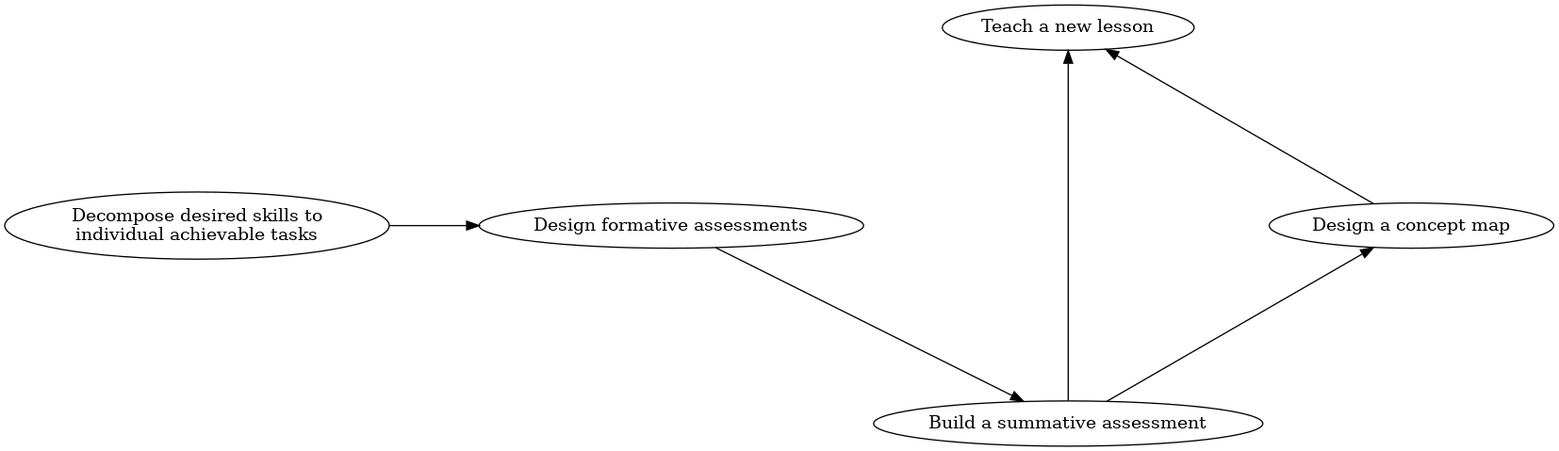
This is images/conceptmap.png from dvanic/metametalesson, a Graphviz export, as it was before one commit. Its source is kept beside it as conceptmap.dot. Its diagram source:
```dot

digraph G {

  "Decompose desired skills to\nindividual achievable tasks"->"Design formative assessments";
  "Design formative assessments"->"Build a summative assessment";
  "Build a summative assessment"->"Teach a new lesson";
  "Build a summative assessment"->"Design a concept map";
  "Design a concept map" ->"Teach a new lesson";
}
```
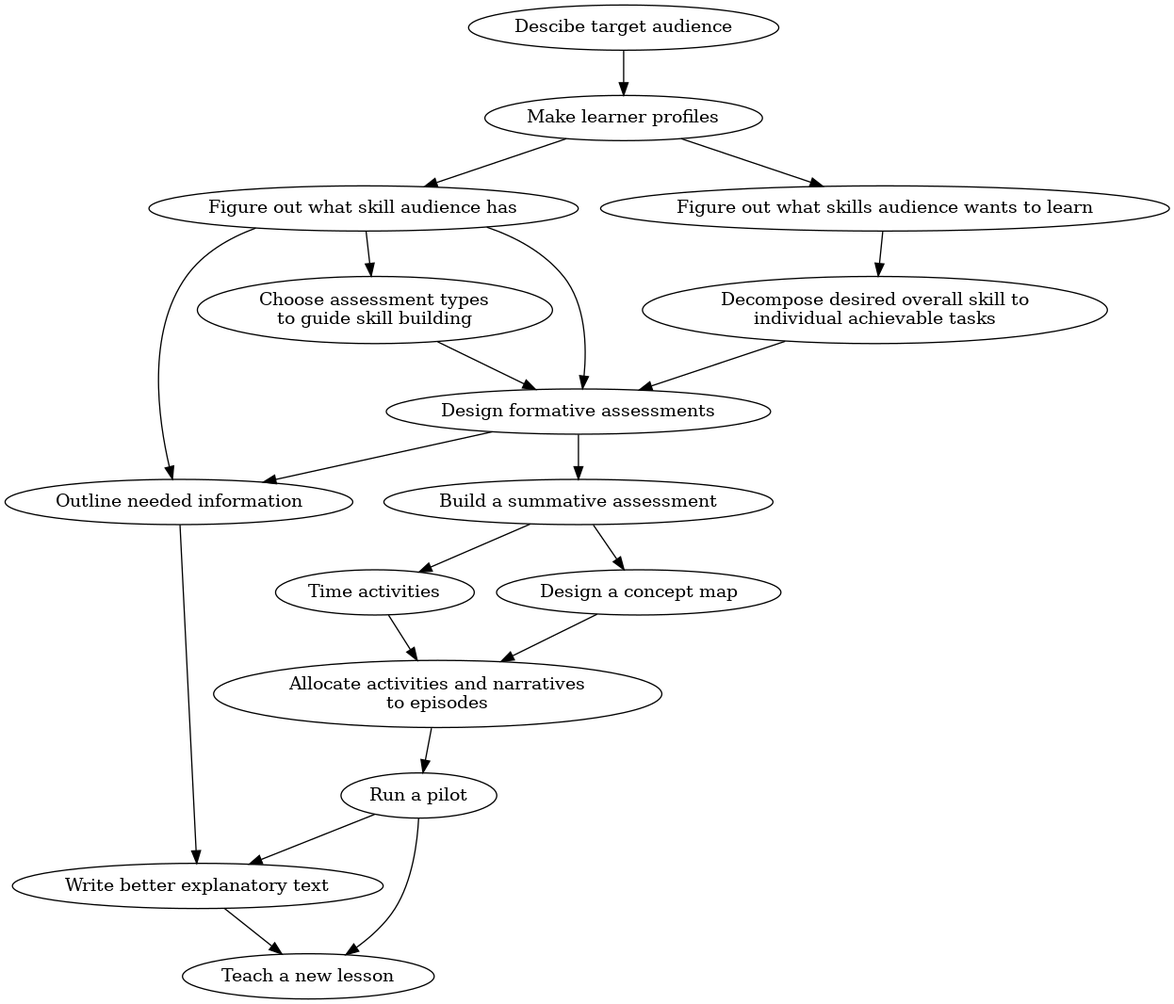
After the commit.

Commit message:
concept map

Diff of the diagram source:
```diff
@@ -1,9 +1,25 @@
 
 digraph G {
+  "Descibe target audience"->"Make learner profiles";
+  "Make learner profiles"->"Figure out what skill audience has";
+  "Figure out what skill audience has"->"Design formative assessments";
+  "Figure out what skill audience has"->"Outline needed information";
+  "Make learner profiles"->"Figure out what skills audience wants to learn"
+  "Figure out what skills audience wants to learn"->"Decompose desired overall skill to\nindividual achievable tasks"
+  "Figure out what skill audience has"->"Choose assessment types\nto guide skill building";
+  "Choose assessment types\nto guide skill building"->"Design formative assessments";
+  "Decompose desired overall skill to\nindividual achievable tasks"->"Design formative assessments";
+  "Design formative assessments"->"Build a summative assessment";
+  "Design formative assessments"->"Outline needed information";
+  "Build a summative assessment"->"Design a concept map";
+  "Build a summative assessment"->"Time activities";
+  "Time activities"->"Allocate activities and narratives\nto episodes";
+  "Design a concept map" ->"Allocate activities and narratives\nto episodes";
+  "Allocate activities and narratives\nto episodes"->"Run a pilot";
+  "Outline needed information"->"Write better explanatory text";
+  "Run a pilot"->"Write better explanatory text";
+  "Write better explanatory text"->"Teach a new lesson";
+  "Run a pilot"->"Teach a new lesson";
 
-  "Decompose desired skills to\nindividual achievable tasks"->"Design formative assessments";
-  "Design formative assessments"->"Build a summative assessment";
-  "Build a summative assessment"->"Teach a new lesson";
-  "Build a summative assessment"->"Design a concept map";
-  "Design a concept map" ->"Teach a new lesson";
+
 }
```
